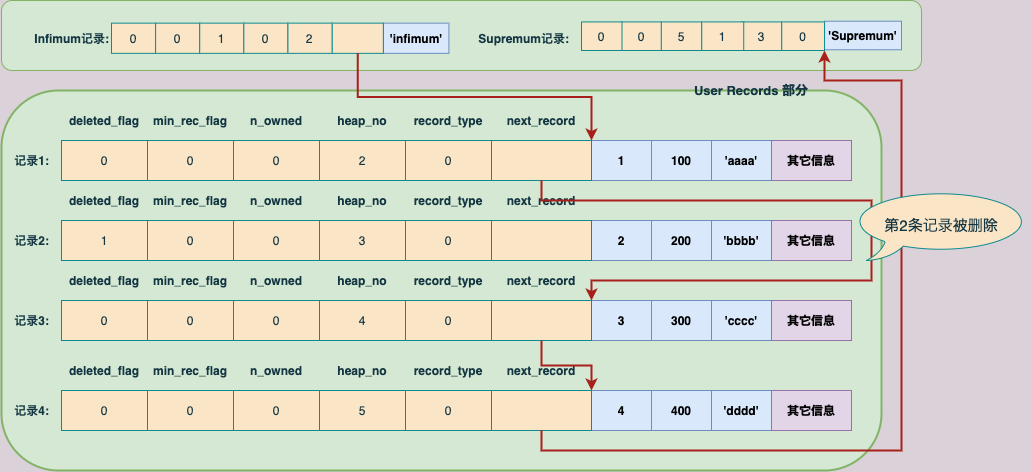
The draw.io diagram assets/删除第2条记录后的示意图.png in gwwwwt/mysql_8.0.4, before a commit. Source tidied: cells renumbered, new cells last; positions are measured from the earlier drawing's top-left corner, leaving out a move shared by most shapes.
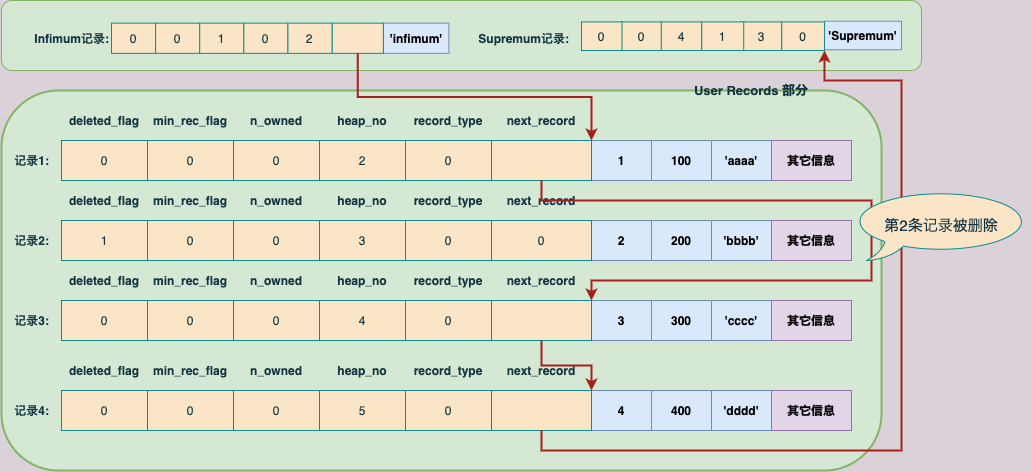
After the commit.

Commit message:
Update 删除第2条记录后的示意图.png

Change to the diagram source:
```diff
@@ -98,7 +98,7 @@
     <mxCell id="33" style="group;" parent="28" vertex="1">
       <mxGeometry x="430" width="100" height="70" as="geometry" />
     </mxCell>
-    <mxCell id="34" style="rounded=0;whiteSpace=wrap;html=1;sketch=0;fontColor=#143642;strokeColor=#0F8B8D;fillColor=#FAE5C7;" parent="33" vertex="1">
+    <mxCell id="34" value="0" style="rounded=0;whiteSpace=wrap;html=1;sketch=0;fontColor=#143642;strokeColor=#0F8B8D;fillColor=#FAE5C7;" parent="33" vertex="1">
       <mxGeometry y="30" width="100" height="40" as="geometry" />
     </mxCell>
     <mxCell id="35" value="next_record" style="text;html=1;strokeColor=none;fillColor=none;align=center;verticalAlign=middle;whiteSpace=wrap;rounded=0;sketch=0;fontColor=#143642;fontSize=12;fontStyle=1;" parent="33" vertex="1">
@@ -380,7 +380,7 @@
     <mxCell id="127" value="3" style="rounded=0;whiteSpace=wrap;html=1;sketch=0;fontColor=#143642;strokeColor=#0F8B8D;fillColor=#FAE5C7;" parent="126" vertex="1">
       <mxGeometry x="20" y="21.4" width="40.5" height="28.6" as="geometry" />
     </mxCell>
-    <mxCell id="128" value="5" style="rounded=0;whiteSpace=wrap;html=1;sketch=0;fontColor=#143642;strokeColor=#0F8B8D;fillColor=#FAE5C7;" parent="1" vertex="1">
+    <mxCell id="128" value="4" style="rounded=0;whiteSpace=wrap;html=1;sketch=0;fontColor=#143642;strokeColor=#0F8B8D;fillColor=#FAE5C7;" parent="1" vertex="1">
       <mxGeometry x="659.8" y="21.4" width="40.5" height="28.6" as="geometry" />
     </mxCell>
     <mxCell id="129" value="1" style="rounded=0;whiteSpace=wrap;html=1;sketch=0;fontColor=#143642;strokeColor=#0F8B8D;fillColor=#FAE5C7;" parent="1" vertex="1">
```
